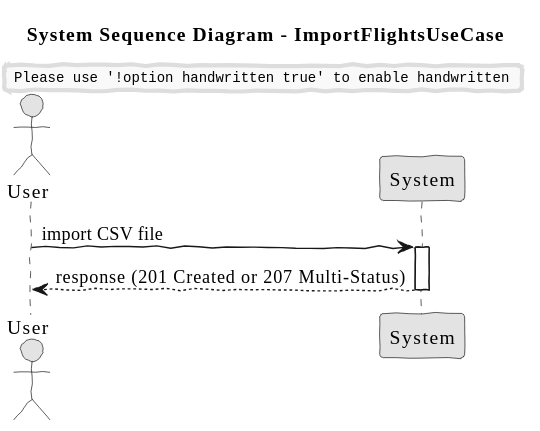
Before: docs/system-documentation/use-cases/BONUS/US225/svg/ssd_ImportFlightsUseCase.svg, a diagram exported from PlantUML (VascoMagolo/psoft_1231562_1241692_1242036_2db). Its diagram source:
```plantuml
@startuml
skinparam handwritten true
skinparam monochrome true
skinparam packageStyle rect
skinparam defaultFontName FG Virgil
skinparam shadowing false

title System Sequence Diagram - ImportFlightsUseCase

actor "User" as user
participant "System" as sys

user -> sys: import CSV file
activate sys
sys --> user: response (201 Created or 207 Multi-Status)
deactivate sys
@enduml
```
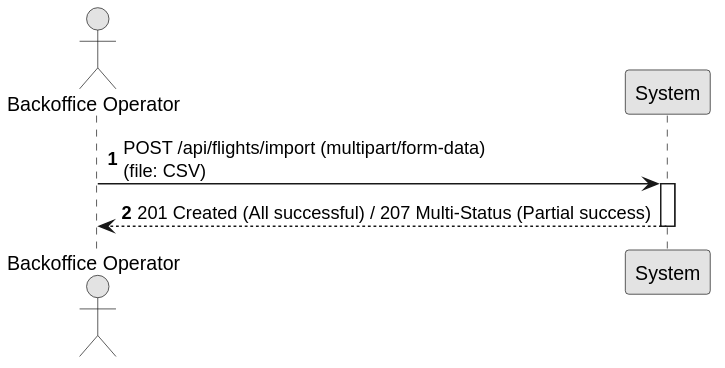
The same diagram one commit later.

Diff of the diagram source:
```diff
@@ -1,17 +1,14 @@
 @startuml
-skinparam handwritten true
+autonumber
 skinparam monochrome true
 skinparam packageStyle rect
-skinparam defaultFontName FG Virgil
 skinparam shadowing false
 
-title System Sequence Diagram - ImportFlightsUseCase
+actor "Backoffice Operator" as Actor
+participant "System" as Sys
 
-actor "User" as user
-participant "System" as sys
-
-user -> sys: import CSV file
-activate sys
-sys --> user: response (201 Created or 207 Multi-Status)
-deactivate sys
+Actor -> Sys : POST /api/flights/import (multipart/form-data)\n(file: CSV)
+activate Sys
+Sys --> Actor : 201 Created (All successful) / 207 Multi-Status (Partial success)
+deactivate Sys
 @enduml
```
